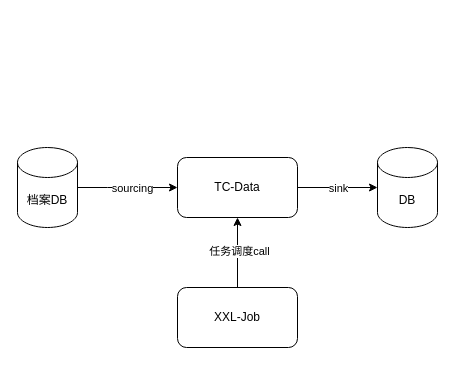
Earlier version of the draw.io diagram TC数据ETL.drawio (Hia-Hia/A-note). Source tidied: cells renumbered, new cells numbered last; positions are measured from the earlier drawing's top-left corner, leaving out a move shared by most shapes. Both pictures are drawn from the tidied source at 100%, with x=0, y=0 at pixel (17, 147).
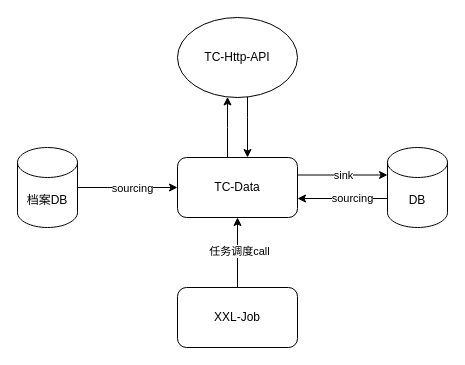
The same page after the edit.

Unchanged cells that the change refers to:
```xml
<mxCell id="9" value="TC-Data" style="rounded=1;whiteSpace=wrap;html=1;" parent="1" vertex="1">
  <mxGeometry x="160" y="10" width="120" height="60" as="geometry" />
</mxCell>
```

The edit, as a diff of the source:
```diff
@@
-    <mxCell id="7" style="edgeStyle=orthogonalEdgeStyle;rounded=0;jettySize=auto;html=1;" parent="1" edge="1" source="9">
+    <mxCell id="7" style="edgeStyle=orthogonalEdgeStyle;rounded=0;jettySize=auto;html=1;entryX=0;entryY=0;entryDx=0;entryDy=27.5;entryPerimeter=0;" parent="1" edge="1" source="9" target="10">
       <mxGeometry relative="1" as="geometry">
-        <mxPoint x="360" y="40" as="targetPoint" />
+        <Array as="points">
+          <mxPoint x="361" y="28" />
+        </Array>
       </mxGeometry>
     </mxCell>
@@
+    <mxCell id="12" style="edgeStyle=orthogonalEdgeStyle;rounded=0;jettySize=auto;html=1;" parent="1" edge="1" source="9" target="16">
+      <mxGeometry relative="1" as="geometry">
+        <Array as="points">
+          <mxPoint x="210" y="-20" />
+          <mxPoint x="210" y="-20" />
+        </Array>
+      </mxGeometry>
+    </mxCell>
@@
+    <mxCell id="13" style="edgeStyle=orthogonalEdgeStyle;rounded=0;orthogonalLoop=1;jettySize=auto;html=1;" parent="1" edge="1">
+      <mxGeometry relative="1" as="geometry">
+        <mxPoint x="370" y="51" as="sourcePoint" />
+        <mxPoint x="280" y="51" as="targetPoint" />
+        <Array as="points">
+          <mxPoint x="350" y="51" />
+          <mxPoint x="350" y="51" />
+        </Array>
+      </mxGeometry>
+    </mxCell>
+    <mxCell id="14" value="sourcing" style="edgeLabel;html=1;align=center;verticalAlign=middle;" parent="13" vertex="1">
+      <mxGeometry x="-0.21" y="-1" relative="1" as="geometry" />
+    </mxCell>
     <mxCell id="10" value="DB" style="shape=cylinder3;whiteSpace=wrap;html=1;boundedLbl=1;backgroundOutline=1;size=15;" parent="1" vertex="1">
-      <mxGeometry x="360" width="60" height="80" as="geometry" />
+      <mxGeometry x="370" width="60" height="80" as="geometry" />
     </mxCell>
@@
+    <mxCell id="15" style="edgeStyle=orthogonalEdgeStyle;rounded=0;jettySize=auto;html=1;" parent="1" edge="1" source="16" target="9">
+      <mxGeometry relative="1" as="geometry">
+        <Array as="points">
+          <mxPoint x="230" y="-30" />
+          <mxPoint x="230" y="-30" />
+        </Array>
+      </mxGeometry>
+    </mxCell>
+    <mxCell id="16" value="TC-Http-API" style="ellipse;whiteSpace=wrap;html=1;" parent="1" vertex="1">
+      <mxGeometry x="160" y="-130" width="120" height="80" as="geometry" />
+    </mxCell>
```
